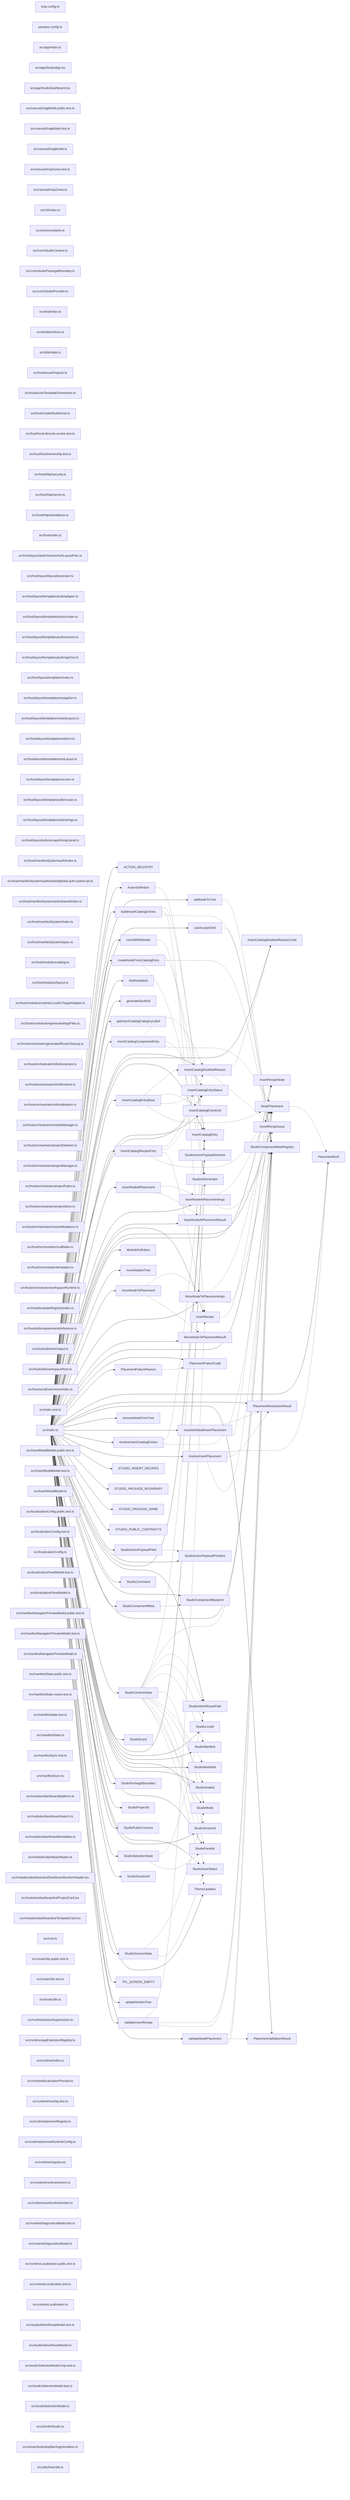
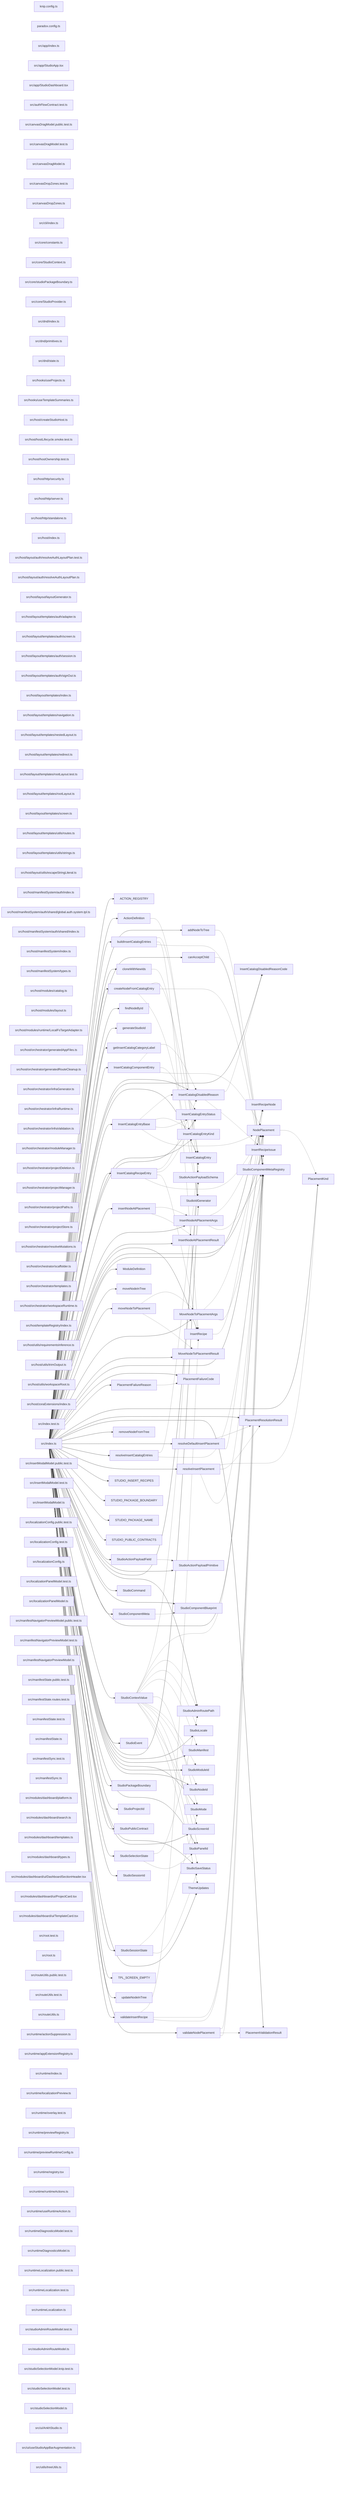
graph LR
  module_knip_config_ts["knip.config.ts"]
  module_paradox_config_ts["paradox.config.ts"]
  module_src_app_index_ts["src/app/index.ts"]
  module_src_app_StudioApp_tsx["src/app/StudioApp.tsx"]
  module_src_app_StudioDashboard_tsx["src/app/StudioDashboard.tsx"]
+   module_src_authFlowContract_test_ts["src/authFlowContract.test.ts"]
  module_src_canvasDragModel_public_test_ts["src/canvasDragModel.public.test.ts"]
  module_src_canvasDragModel_test_ts["src/canvasDragModel.test.ts"]
  module_src_canvasDragModel_ts["src/canvasDragModel.ts"]
  module_src_canvasDropZones_test_ts["src/canvasDropZones.test.ts"]
  module_src_canvasDropZones_ts["src/canvasDropZones.ts"]
  module_src_cli_index_ts["src/cli/index.ts"]
  module_src_core_constants_ts["src/core/constants.ts"]
  module_src_core_StudioContext_ts["src/core/StudioContext.ts"]
  module_src_core_studioPackageBoundary_ts["src/core/studioPackageBoundary.ts"]
  module_src_core_StudioProvider_ts["src/core/StudioProvider.ts"]
  module_src_dnd_index_ts["src/dnd/index.ts"]
  module_src_dnd_primitives_ts["src/dnd/primitives.ts"]
  module_src_dnd_state_ts["src/dnd/state.ts"]
  module_src_hooks_useProjects_ts["src/hooks/useProjects.ts"]
  module_src_hooks_useTemplateSummaries_ts["src/hooks/useTemplateSummaries.ts"]
  module_src_host_createStudioHost_ts["src/host/createStudioHost.ts"]
  module_src_host_hostLifecycle_smoke_test_ts["src/host/hostLifecycle.smoke.test.ts"]
  module_src_host_hostOwnership_test_ts["src/host/hostOwnership.test.ts"]
  module_src_host_http_security_ts["src/host/http/security.ts"]
  module_src_host_http_server_ts["src/host/http/server.ts"]
  module_src_host_http_standalone_ts["src/host/http/standalone.ts"]
  module_src_host_index_ts["src/host/index.ts"]
+   module_src_host_layout_auth_resolveAuthLayoutPlan_test_ts["src/host/layout/auth/resolveAuthLayoutPlan.test.ts"]
  module_src_host_layout_auth_resolveAuthLayoutPlan_ts["src/host/layout/auth/resolveAuthLayoutPlan.ts"]
  module_src_host_layout_layoutGenerator_ts["src/host/layout/layoutGenerator.ts"]
  module_src_host_layout_templates_auth_adapter_ts["src/host/layout/templates/auth/adapter.ts"]
  module_src_host_layout_templates_auth_screen_ts["src/host/layout/templates/auth/screen.ts"]
  module_src_host_layout_templates_auth_session_ts["src/host/layout/templates/auth/session.ts"]
  module_src_host_layout_templates_auth_signOut_ts["src/host/layout/templates/auth/signOut.ts"]
  module_src_host_layout_templates_index_ts["src/host/layout/templates/index.ts"]
  module_src_host_layout_templates_navigation_ts["src/host/layout/templates/navigation.ts"]
  module_src_host_layout_templates_nestedLayout_ts["src/host/layout/templates/nestedLayout.ts"]
  module_src_host_layout_templates_redirect_ts["src/host/layout/templates/redirect.ts"]
+   module_src_host_layout_templates_rootLayout_test_ts["src/host/layout/templates/rootLayout.test.ts"]
  module_src_host_layout_templates_rootLayout_ts["src/host/layout/templates/rootLayout.ts"]
  module_src_host_layout_templates_screen_ts["src/host/layout/templates/screen.ts"]
  module_src_host_layout_templates_utils_routes_ts["src/host/layout/templates/utils/routes.ts"]
  module_src_host_layout_templates_utils_strings_ts["src/host/layout/templates/utils/strings.ts"]
  module_src_host_layout_utils_escapeStringLiteral_ts["src/host/layout/utils/escapeStringLiteral.ts"]
  module_src_host_manifestSystem_auth_index_ts["src/host/manifestSystem/auth/index.ts"]
  module_src_host_manifestSystem_auth_shared_global_auth_system_tpl_ts["src/host/manifestSystem/auth/shared/global.auth.system.tpl.ts"]
  module_src_host_manifestSystem_auth_shared_index_ts["src/host/manifestSystem/auth/shared/index.ts"]
  module_src_host_manifestSystem_index_ts["src/host/manifestSystem/index.ts"]
  module_src_host_manifestSystem_types_ts["src/host/manifestSystem/types.ts"]
  module_src_host_modules_catalog_ts["src/host/modules/catalog.ts"]
  module_src_host_modules_layout_ts["src/host/modules/layout.ts"]
  module_src_host_modules_runtime_LocalFsTargetAdapter_ts["src/host/modules/runtime/LocalFsTargetAdapter.ts"]
  module_src_host_orchestrator_generatedAppFiles_ts["src/host/orchestrator/generatedAppFiles.ts"]
  module_src_host_orchestrator_generatedRouteCleanup_ts["src/host/orchestrator/generatedRouteCleanup.ts"]
  module_src_host_orchestrator_infraGenerator_ts["src/host/orchestrator/infraGenerator.ts"]
  module_src_host_orchestrator_infraRuntime_ts["src/host/orchestrator/infraRuntime.ts"]
  module_src_host_orchestrator_infraValidation_ts["src/host/orchestrator/infraValidation.ts"]
  module_src_host_orchestrator_moduleManager_ts["src/host/orchestrator/moduleManager.ts"]
  module_src_host_orchestrator_projectDeletion_ts["src/host/orchestrator/projectDeletion.ts"]
  module_src_host_orchestrator_projectManager_ts["src/host/orchestrator/projectManager.ts"]
  module_src_host_orchestrator_projectPaths_ts["src/host/orchestrator/projectPaths.ts"]
  module_src_host_orchestrator_projectStore_ts["src/host/orchestrator/projectStore.ts"]
  module_src_host_orchestrator_resolveMutations_ts["src/host/orchestrator/resolveMutations.ts"]
  module_src_host_orchestrator_scaffolder_ts["src/host/orchestrator/scaffolder.ts"]
  module_src_host_orchestrator_templates_ts["src/host/orchestrator/templates.ts"]
  module_src_host_orchestrator_workspaceRuntime_ts["src/host/orchestrator/workspaceRuntime.ts"]
  module_src_host_templateRegistry_index_ts["src/host/templateRegistry/index.ts"]
  module_src_host_utils_requirementsInference_ts["src/host/utils/requirementsInference.ts"]
  module_src_host_utils_trimOutput_ts["src/host/utils/trimOutput.ts"]
  module_src_host_utils_workspaceRoot_ts["src/host/utils/workspaceRoot.ts"]
  module_src_host_zoraExtensions_index_ts["src/host/zoraExtensions/index.ts"]
  module_src_index_test_ts["src/index.test.ts"]
  module_src_index_ts["src/index.ts"]
  module_src_insertModalModel_public_test_ts["src/insertModalModel.public.test.ts"]
  module_src_insertModalModel_test_ts["src/insertModalModel.test.ts"]
  module_src_insertModalModel_ts["src/insertModalModel.ts"]
  module_src_localizationConfig_public_test_ts["src/localizationConfig.public.test.ts"]
  module_src_localizationConfig_test_ts["src/localizationConfig.test.ts"]
  module_src_localizationConfig_ts["src/localizationConfig.ts"]
  module_src_localizationPanelModel_test_ts["src/localizationPanelModel.test.ts"]
  module_src_localizationPanelModel_ts["src/localizationPanelModel.ts"]
  module_src_manifestNavigatorPreviewModel_public_test_ts["src/manifestNavigatorPreviewModel.public.test.ts"]
  module_src_manifestNavigatorPreviewModel_test_ts["src/manifestNavigatorPreviewModel.test.ts"]
  module_src_manifestNavigatorPreviewModel_ts["src/manifestNavigatorPreviewModel.ts"]
  module_src_manifestState_public_test_ts["src/manifestState.public.test.ts"]
  module_src_manifestState_routes_test_ts["src/manifestState.routes.test.ts"]
  module_src_manifestState_test_ts["src/manifestState.test.ts"]
  module_src_manifestState_ts["src/manifestState.ts"]
  module_src_manifestSync_test_ts["src/manifestSync.test.ts"]
  module_src_manifestSync_ts["src/manifestSync.ts"]
  module_src_modules_dashboard_platform_ts["src/modules/dashboard/platform.ts"]
  module_src_modules_dashboard_search_ts["src/modules/dashboard/search.ts"]
  module_src_modules_dashboard_templates_ts["src/modules/dashboard/templates.ts"]
  module_src_modules_dashboard_types_ts["src/modules/dashboard/types.ts"]
  module_src_modules_dashboard_ui_DashboardSectionHeader_tsx["src/modules/dashboard/ui/DashboardSectionHeader.tsx"]
  module_src_modules_dashboard_ui_ProjectCard_tsx["src/modules/dashboard/ui/ProjectCard.tsx"]
  module_src_modules_dashboard_ui_TemplateCard_tsx["src/modules/dashboard/ui/TemplateCard.tsx"]
+   module_src_root_test_ts["src/root.test.ts"]
  module_src_root_ts["src/root.ts"]
  module_src_routeUtils_public_test_ts["src/routeUtils.public.test.ts"]
  module_src_routeUtils_test_ts["src/routeUtils.test.ts"]
  module_src_routeUtils_ts["src/routeUtils.ts"]
  module_src_runtime_actionSuppression_ts["src/runtime/actionSuppression.ts"]
  module_src_runtime_appExtensionRegistry_ts["src/runtime/appExtensionRegistry.ts"]
  module_src_runtime_index_ts["src/runtime/index.ts"]
  module_src_runtime_localizationPreview_ts["src/runtime/localizationPreview.ts"]
  module_src_runtime_overlay_test_ts["src/runtime/overlay.test.ts"]
  module_src_runtime_previewRegistry_ts["src/runtime/previewRegistry.ts"]
  module_src_runtime_previewRuntimeConfig_ts["src/runtime/previewRuntimeConfig.ts"]
  module_src_runtime_registry_tsx["src/runtime/registry.tsx"]
  module_src_runtime_runtimeActions_ts["src/runtime/runtimeActions.ts"]
  module_src_runtime_useRuntimeAction_ts["src/runtime/useRuntimeAction.ts"]
  module_src_runtimeDiagnosticsModel_test_ts["src/runtimeDiagnosticsModel.test.ts"]
  module_src_runtimeDiagnosticsModel_ts["src/runtimeDiagnosticsModel.ts"]
  module_src_runtimeLocalization_public_test_ts["src/runtimeLocalization.public.test.ts"]
  module_src_runtimeLocalization_test_ts["src/runtimeLocalization.test.ts"]
  module_src_runtimeLocalization_ts["src/runtimeLocalization.ts"]
  module_src_studioAdminRouteModel_test_ts["src/studioAdminRouteModel.test.ts"]
  module_src_studioAdminRouteModel_ts["src/studioAdminRouteModel.ts"]
  module_src_studioSelectionModel_knip_test_ts["src/studioSelectionModel.knip.test.ts"]
  module_src_studioSelectionModel_test_ts["src/studioSelectionModel.test.ts"]
  module_src_studioSelectionModel_ts["src/studioSelectionModel.ts"]
  module_src_ui_AnkhStudio_ts["src/ui/AnkhStudio.ts"]
  module_src_ui_useStudioAppBarAugmentation_ts["src/ui/useStudioAppBarAugmentation.ts"]
  module_src_utils_treeUtils_ts["src/utils/treeUtils.ts"]
  export_ACTION_REGISTRY["ACTION_REGISTRY"]
  module_src_index_ts --> export_ACTION_REGISTRY
  export_ActionDefinition["ActionDefinition"]
  module_src_index_ts --> export_ActionDefinition
  export_ActionDefinition -.-> export_StudioActionPayloadSchema
  export_addNodeToTree["addNodeToTree"]
  module_src_index_ts --> export_addNodeToTree
  export_addNodeToTree -.-> export_StudioComponentMetaRegistry
  export_buildInsertCatalogEntries["buildInsertCatalogEntries"]
  module_src_index_ts --> export_buildInsertCatalogEntries
  export_buildInsertCatalogEntries -.-> export_InsertCatalogEntry
  export_buildInsertCatalogEntries -.-> export_InsertRecipe
  export_buildInsertCatalogEntries -.-> export_StudioComponentMetaRegistry
  export_canAcceptChild["canAcceptChild"]
  module_src_index_ts --> export_canAcceptChild
  export_canAcceptChild -.-> export_StudioComponentMetaRegistry
  export_cloneWithNewIds["cloneWithNewIds"]
  module_src_index_ts --> export_cloneWithNewIds
  export_cloneWithNewIds -.-> export_StudioIdGenerator
  export_createNodeFromCatalogEntry["createNodeFromCatalogEntry"]
  module_src_index_ts --> export_createNodeFromCatalogEntry
  export_createNodeFromCatalogEntry -.-> export_InsertCatalogEntry
  export_createNodeFromCatalogEntry -.-> export_StudioComponentMetaRegistry
  export_createNodeFromCatalogEntry -.-> export_StudioIdGenerator
  export_findNodeById["findNodeById"]
  module_src_index_ts --> export_findNodeById
  export_generateStudioId["generateStudioId"]
  module_src_index_ts --> export_generateStudioId
  export_getInsertCatalogCategoryLabel["getInsertCatalogCategoryLabel"]
  module_src_index_ts --> export_getInsertCatalogCategoryLabel
  export_InsertCatalogComponentEntry["InsertCatalogComponentEntry"]
  module_src_index_ts --> export_InsertCatalogComponentEntry
  export_InsertCatalogComponentEntry -.-> export_InsertCatalogDisabledReason
  export_InsertCatalogComponentEntry -.-> export_InsertCatalogEntryStatus
  export_InsertCatalogComponentEntry -.-> export_NodePlacement
  export_InsertCatalogDisabledReason["InsertCatalogDisabledReason"]
  module_src_index_ts --> export_InsertCatalogDisabledReason
  export_InsertCatalogDisabledReason -.-> export_InsertCatalogDisabledReasonCode
  export_InsertCatalogDisabledReason -.-> export_InsertRecipeIssue
  export_InsertCatalogDisabledReasonCode["InsertCatalogDisabledReasonCode"]
  module_src_index_ts --> export_InsertCatalogDisabledReasonCode
  export_InsertCatalogEntry["InsertCatalogEntry"]
  module_src_index_ts --> export_InsertCatalogEntry
  export_InsertCatalogEntryBase["InsertCatalogEntryBase"]
  module_src_index_ts --> export_InsertCatalogEntryBase
  export_InsertCatalogEntryBase -.-> export_InsertCatalogDisabledReason
  export_InsertCatalogEntryBase -.-> export_InsertCatalogEntryKind
  export_InsertCatalogEntryBase -.-> export_InsertCatalogEntryStatus
  export_InsertCatalogEntryBase -.-> export_NodePlacement
  export_InsertCatalogEntryKind["InsertCatalogEntryKind"]
  module_src_index_ts --> export_InsertCatalogEntryKind
  export_InsertCatalogEntryStatus["InsertCatalogEntryStatus"]
  module_src_index_ts --> export_InsertCatalogEntryStatus
  export_InsertCatalogRecipeEntry["InsertCatalogRecipeEntry"]
  module_src_index_ts --> export_InsertCatalogRecipeEntry
  export_InsertCatalogRecipeEntry -.-> export_InsertCatalogDisabledReason
  export_InsertCatalogRecipeEntry -.-> export_InsertCatalogEntryStatus
  export_InsertCatalogRecipeEntry -.-> export_InsertRecipe
  export_InsertCatalogRecipeEntry -.-> export_NodePlacement
  export_insertNodeAtPlacement["insertNodeAtPlacement"]
  module_src_index_ts --> export_insertNodeAtPlacement
  export_insertNodeAtPlacement -.-> export_InsertNodeAtPlacementArgs
  export_insertNodeAtPlacement -.-> export_InsertNodeAtPlacementResult
  export_InsertNodeAtPlacementArgs["InsertNodeAtPlacementArgs"]
  module_src_index_ts --> export_InsertNodeAtPlacementArgs
  export_InsertNodeAtPlacementArgs -.-> export_NodePlacement
  export_InsertNodeAtPlacementArgs -.-> export_StudioComponentMetaRegistry
  export_InsertNodeAtPlacementResult["InsertNodeAtPlacementResult"]
  module_src_index_ts --> export_InsertNodeAtPlacementResult
  export_InsertRecipe["InsertRecipe"]
  module_src_index_ts --> export_InsertRecipe
  export_InsertRecipe -.-> export_InsertRecipeNode
  export_InsertRecipeIssue["InsertRecipeIssue"]
  module_src_index_ts --> export_InsertRecipeIssue
  export_InsertRecipeNode["InsertRecipeNode"]
  module_src_index_ts --> export_InsertRecipeNode
  export_ModuleDefinition["ModuleDefinition"]
  module_src_index_ts --> export_ModuleDefinition
  export_moveNodeInTree["moveNodeInTree"]
  module_src_index_ts --> export_moveNodeInTree
  export_moveNodeToPlacement["moveNodeToPlacement"]
  module_src_index_ts --> export_moveNodeToPlacement
  export_moveNodeToPlacement -.-> export_MoveNodeToPlacementArgs
  export_moveNodeToPlacement -.-> export_MoveNodeToPlacementResult
  export_MoveNodeToPlacementArgs["MoveNodeToPlacementArgs"]
  module_src_index_ts --> export_MoveNodeToPlacementArgs
  export_MoveNodeToPlacementArgs -.-> export_NodePlacement
  export_MoveNodeToPlacementArgs -.-> export_StudioComponentMetaRegistry
  export_MoveNodeToPlacementResult["MoveNodeToPlacementResult"]
  module_src_index_ts --> export_MoveNodeToPlacementResult
  export_NodePlacement["NodePlacement"]
  module_src_index_ts --> export_NodePlacement
  export_NodePlacement -.-> export_PlacementKind
  export_PlacementFailureCode["PlacementFailureCode"]
  module_src_index_ts --> export_PlacementFailureCode
  export_PlacementFailureReason["PlacementFailureReason"]
  module_src_index_ts --> export_PlacementFailureReason
  export_PlacementFailureReason -.-> export_PlacementFailureCode
  export_PlacementKind["PlacementKind"]
  module_src_index_ts --> export_PlacementKind
  export_PlacementResolutionResult["PlacementResolutionResult"]
  module_src_index_ts --> export_PlacementResolutionResult
  export_PlacementValidationResult["PlacementValidationResult"]
  module_src_index_ts --> export_PlacementValidationResult
  export_removeNodeFromTree["removeNodeFromTree"]
  module_src_index_ts --> export_removeNodeFromTree
  export_resolveDefaultInsertPlacement["resolveDefaultInsertPlacement"]
  module_src_index_ts --> export_resolveDefaultInsertPlacement
  export_resolveDefaultInsertPlacement -.-> export_PlacementResolutionResult
  export_resolveDefaultInsertPlacement -.-> export_StudioComponentMetaRegistry
  export_resolveInsertCatalogEntries["resolveInsertCatalogEntries"]
  module_src_index_ts --> export_resolveInsertCatalogEntries
  export_resolveInsertCatalogEntries -.-> export_InsertCatalogEntry
  export_resolveInsertCatalogEntries -.-> export_StudioComponentMetaRegistry
  export_resolveInsertPlacement["resolveInsertPlacement"]
  module_src_index_ts --> export_resolveInsertPlacement
  export_resolveInsertPlacement -.-> export_PlacementKind
  export_resolveInsertPlacement -.-> export_PlacementResolutionResult
  export_resolveInsertPlacement -.-> export_StudioComponentMetaRegistry
  export_STUDIO_INSERT_RECIPES["STUDIO_INSERT_RECIPES"]
  module_src_index_ts --> export_STUDIO_INSERT_RECIPES
  export_STUDIO_PACKAGE_BOUNDARY["STUDIO_PACKAGE_BOUNDARY"]
  module_src_index_ts --> export_STUDIO_PACKAGE_BOUNDARY
  export_STUDIO_PACKAGE_NAME["STUDIO_PACKAGE_NAME"]
  module_src_index_ts --> export_STUDIO_PACKAGE_NAME
  export_STUDIO_PUBLIC_CONTRACTS["STUDIO_PUBLIC_CONTRACTS"]
  module_src_index_ts --> export_STUDIO_PUBLIC_CONTRACTS
  export_StudioActionPayloadField["StudioActionPayloadField"]
  module_src_index_ts --> export_StudioActionPayloadField
  export_StudioActionPayloadField -.-> export_StudioActionPayloadPrimitive
  export_StudioActionPayloadPrimitive["StudioActionPayloadPrimitive"]
  module_src_index_ts --> export_StudioActionPayloadPrimitive
  export_StudioActionPayloadSchema["StudioActionPayloadSchema"]
  module_src_index_ts --> export_StudioActionPayloadSchema
  export_StudioAdminRoutePath["StudioAdminRoutePath"]
  module_src_index_ts --> export_StudioAdminRoutePath
  export_StudioCommand["StudioCommand"]
  module_src_index_ts --> export_StudioCommand
  export_StudioComponentBlueprint["StudioComponentBlueprint"]
  module_src_index_ts --> export_StudioComponentBlueprint
  export_StudioComponentMeta["StudioComponentMeta"]
  module_src_index_ts --> export_StudioComponentMeta
  export_StudioComponentMeta -.-> export_StudioComponentBlueprint
  export_StudioComponentMetaRegistry["StudioComponentMetaRegistry"]
  module_src_index_ts --> export_StudioComponentMetaRegistry
  export_StudioContextValue["StudioContextValue"]
  module_src_index_ts --> export_StudioContextValue
  export_StudioContextValue -.-> export_InsertCatalogEntry
  export_StudioContextValue -.-> export_NodePlacement
  export_StudioContextValue -.-> export_StudioAdminRoutePath
  export_StudioContextValue -.-> export_StudioLocale
  export_StudioContextValue -.-> export_StudioManifest
  export_StudioContextValue -.-> export_StudioMode
  export_StudioContextValue -.-> export_StudioModuleId
  export_StudioContextValue -.-> export_StudioNodeId
  export_StudioContextValue -.-> export_StudioPanelId
  export_StudioContextValue -.-> export_StudioSaveStatus
  export_StudioContextValue -.-> export_StudioScreenId
  export_StudioContextValue -.-> export_ThemeUpdates
  export_StudioEvent["StudioEvent"]
  module_src_index_ts --> export_StudioEvent
  export_StudioIdGenerator["StudioIdGenerator"]
  module_src_index_ts --> export_StudioIdGenerator
  export_StudioLocale["StudioLocale"]
  module_src_index_ts --> export_StudioLocale
  export_StudioManifest["StudioManifest"]
  module_src_index_ts --> export_StudioManifest
  export_StudioMode["StudioMode"]
  module_src_index_ts --> export_StudioMode
  export_StudioModuleId["StudioModuleId"]
  module_src_index_ts --> export_StudioModuleId
  export_StudioNodeId["StudioNodeId"]
  module_src_index_ts --> export_StudioNodeId
  export_StudioPackageBoundary["StudioPackageBoundary"]
  module_src_index_ts --> export_StudioPackageBoundary
  export_StudioPanelId["StudioPanelId"]
  module_src_index_ts --> export_StudioPanelId
  export_StudioProjectId["StudioProjectId"]
  module_src_index_ts --> export_StudioProjectId
  export_StudioPublicContract["StudioPublicContract"]
  module_src_index_ts --> export_StudioPublicContract
  export_StudioSaveStatus["StudioSaveStatus"]
  module_src_index_ts --> export_StudioSaveStatus
  export_StudioScreenId["StudioScreenId"]
  module_src_index_ts --> export_StudioScreenId
  export_StudioSelectionState["StudioSelectionState"]
  module_src_index_ts --> export_StudioSelectionState
  export_StudioSelectionState -.-> export_StudioAdminRoutePath
  export_StudioSelectionState -.-> export_StudioPanelId
  export_StudioSessionId["StudioSessionId"]
  module_src_index_ts --> export_StudioSessionId
  export_StudioSessionState["StudioSessionState"]
  module_src_index_ts --> export_StudioSessionState
  export_StudioSessionState -.-> export_StudioMode
  export_StudioSessionState -.-> export_StudioSaveStatus
  export_ThemeUpdates["ThemeUpdates"]
  module_src_index_ts --> export_ThemeUpdates
  export_TPL_SCREEN_EMPTY["TPL_SCREEN_EMPTY"]
  module_src_index_ts --> export_TPL_SCREEN_EMPTY
  export_updateNodeInTree["updateNodeInTree"]
  module_src_index_ts --> export_updateNodeInTree
  export_validateInsertRecipe["validateInsertRecipe"]
  module_src_index_ts --> export_validateInsertRecipe
  export_validateInsertRecipe -.-> export_InsertRecipe
  export_validateInsertRecipe -.-> export_InsertRecipeIssue
  export_validateInsertRecipe -.-> export_StudioComponentMetaRegistry
  export_validateNodePlacement["validateNodePlacement"]
  module_src_index_ts --> export_validateNodePlacement
  export_validateNodePlacement -.-> export_NodePlacement
  export_validateNodePlacement -.-> export_PlacementValidationResult
  export_validateNodePlacement -.-> export_StudioComponentMetaRegistry
